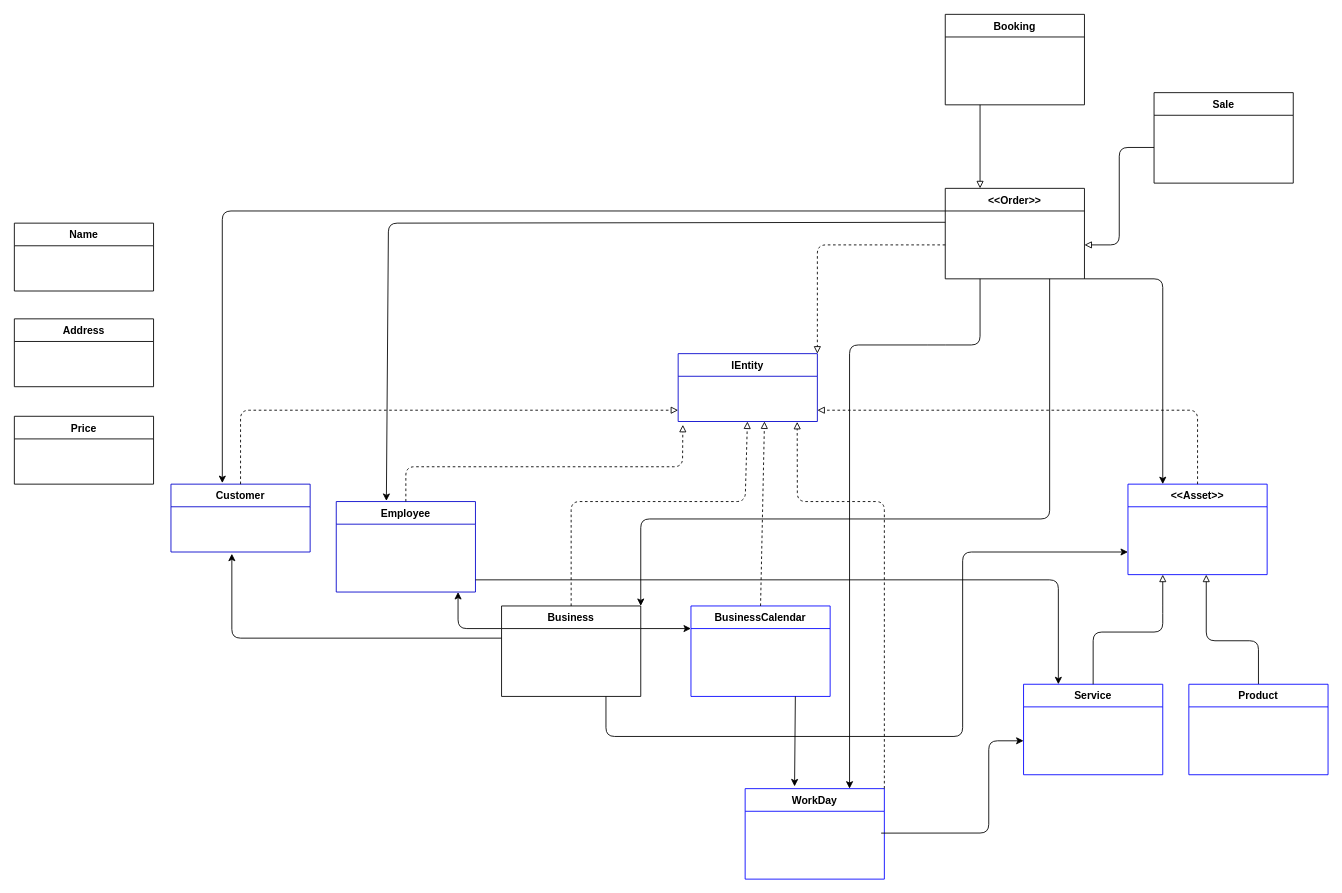
Above: docs/Domain Relationship Diagram.drawio in devcicerojr/booksa (draw.io), before the change. Source tidied: cells renumbered, new cells numbered last; positions are measured from the earlier drawing's top-left corner, leaving out a move shared by most shapes. Both pictures are drawn from the tidied source at 87%, with x=0, y=0 at pixel (14, 14).
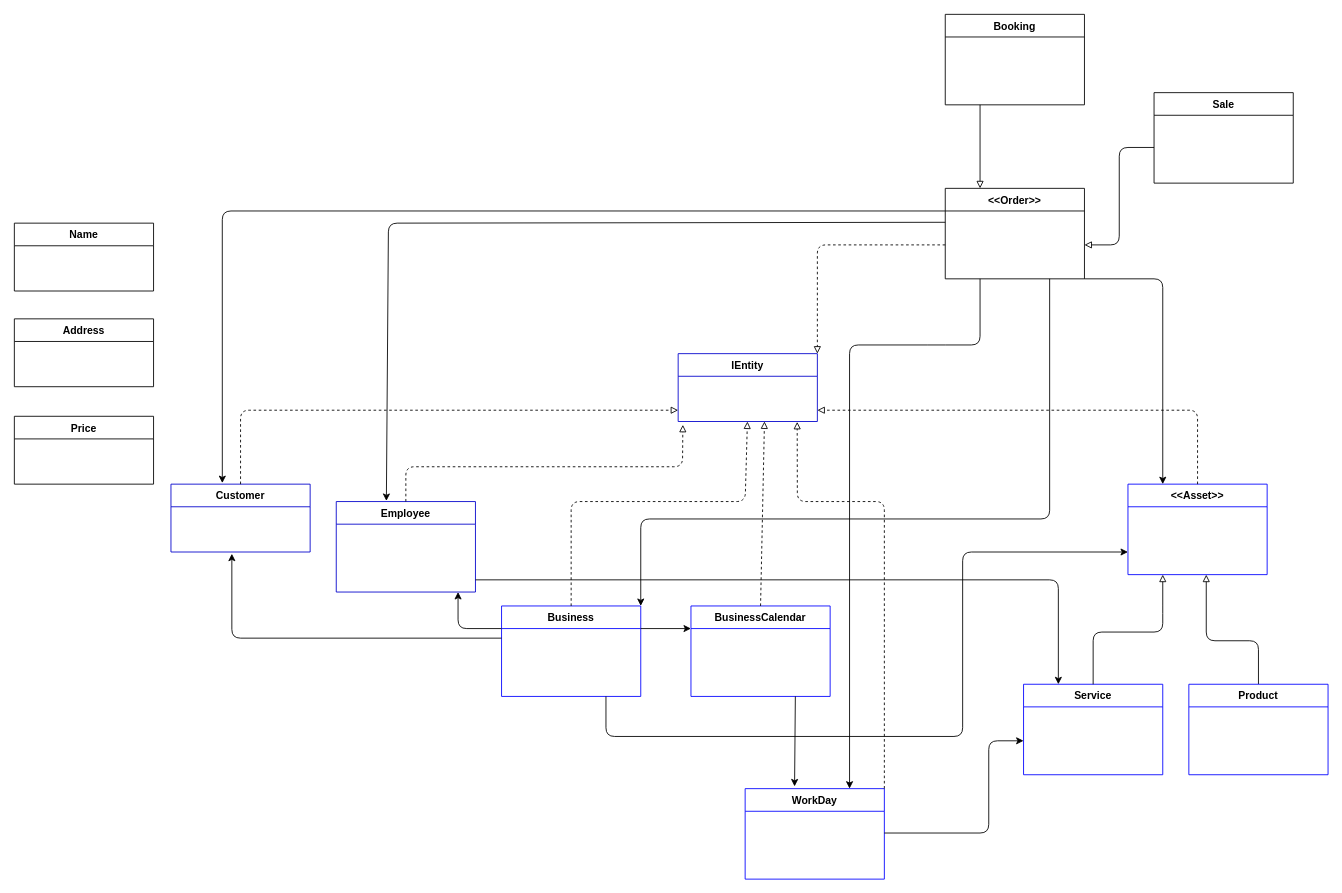
The same page after the edit.

Diff of the diagram source:
```diff
@@
-    <mxCell id="13" value="Business" style="swimlane;fontStyle=1;horizontal=1;startSize=26;rounded=0;shadow=0;strokeWidth=1;" parent="1" vertex="1">
+    <mxCell id="13" value="Business" style="swimlane;fontStyle=1;horizontal=1;startSize=26;rounded=0;shadow=0;strokeWidth=1;strokeColor=#0000ff;" parent="1" vertex="1">
       <mxGeometry x="560" y="680" width="160" height="104" as="geometry" />
     </mxCell>
@@
-    <mxCell id="36" style="endArrow=classic;html=1;exitX=0.977;exitY=-0.033;exitDx=0;exitDy=0;exitPerimeter=0;entryX=0;entryY=0.5;entryDx=0;entryDy=0;" parent="1" edge="1">
+    <mxCell id="36" style="endArrow=classic;html=1;entryX=0;entryY=0.5;entryDx=0;entryDy=0;" parent="1" edge="1">
       <mxGeometry relative="1" as="geometry">
-        <mxPoint x="996.3" y="941.1" as="sourcePoint" />
+        <mxPoint x="1000" y="941" as="sourcePoint" />
         <mxPoint x="1160" y="835" as="targetPoint" />
         <Array as="points">
           <mxPoint x="1120" y="941" />
           <mxPoint x="1120" y="835" />
         </Array>
       </mxGeometry>
     </mxCell>
```
